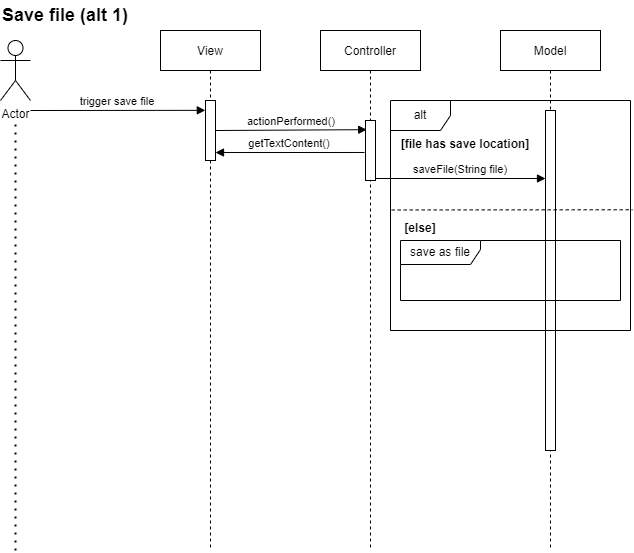
This is Laboration1/UML/design/saveFile(alt1).drawio.png from Johanced/2021-isgc08-Cederhag, a draw.io export, as it was before one commit. Source tidied: cells renumbered, new cells last; positions are measured from the earlier drawing's top-left corner, leaving out a move shared by most shapes.
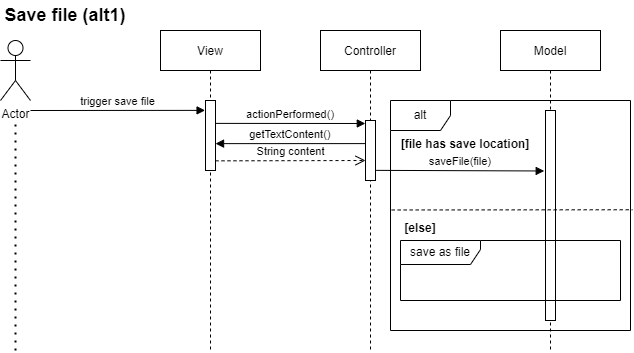
Above is the later version.

What changed in the source:
```diff
@@ -3,49 +3,49 @@
     <mxCell id="0" />
     <mxCell id="1" parent="0" />
     <mxCell id="2" value="Controller" style="shape=umlLifeline;perimeter=lifelinePerimeter;rounded=0;shadow=0;strokeWidth=1;" parent="1" vertex="1">
-      <mxGeometry x="320" y="30" width="100" height="520" as="geometry" />
+      <mxGeometry x="320" y="30" width="100" height="320" as="geometry" />
     </mxCell>
     <mxCell id="3" style="points=[];perimeter=orthogonalPerimeter;rounded=0;shadow=0;strokeWidth=1;" parent="2" vertex="1">
       <mxGeometry x="45" y="90" width="10" height="60" as="geometry" />
     </mxCell>
-    <mxCell id="4" value="actionPerformed()" style="verticalAlign=bottom;endArrow=block;shadow=0;strokeWidth=1;entryX=0.121;entryY=0.153;entryDx=0;entryDy=0;entryPerimeter=0;" parent="2" edge="1" target="3">
-      <mxGeometry relative="1" as="geometry">
-        <mxPoint x="-105" y="100" as="sourcePoint" />
-      </mxGeometry>
-    </mxCell>
+    <mxCell id="20" value="String content" style="html=1;verticalAlign=bottom;endArrow=open;dashed=1;endSize=8;rounded=0;exitX=1;exitY=0.862;exitDx=0;exitDy=0;exitPerimeter=0;" parent="2" edge="1" source="11">
+      <mxGeometry relative="1" as="geometry">
+        <mxPoint x="45" y="130" as="targetPoint" />
+      </mxGeometry>
+    </mxCell>
     <mxCell id="5" value="Model" style="shape=umlLifeline;perimeter=lifelinePerimeter;rounded=0;shadow=0;strokeWidth=1;" parent="1" vertex="1">
-      <mxGeometry x="500" y="30" width="100" height="520" as="geometry" />
+      <mxGeometry x="500" y="30" width="100" height="320" as="geometry" />
     </mxCell>
     <mxCell id="6" style="points=[];perimeter=orthogonalPerimeter;rounded=0;shadow=0;strokeWidth=1;" parent="5" vertex="1">
-      <mxGeometry x="45" y="80" width="10" height="340" as="geometry" />
+      <mxGeometry x="45" y="80" width="10" height="210" as="geometry" />
     </mxCell>
-    <mxCell id="7" value="saveFile(String file)" style="verticalAlign=bottom;endArrow=block;entryX=0;entryY=0.2;shadow=0;strokeWidth=1;entryDx=0;entryDy=0;entryPerimeter=0;" parent="1" edge="1" source="3" target="6">
+    <mxCell id="7" value="saveFile(file)" style="verticalAlign=bottom;endArrow=block;shadow=0;strokeWidth=1;entryX=-0.129;entryY=0.288;entryDx=0;entryDy=0;entryPerimeter=0;exitX=1.071;exitY=0.831;exitDx=0;exitDy=0;exitPerimeter=0;" parent="1" edge="1" source="3" target="6">
       <mxGeometry relative="1" as="geometry" />
     </mxCell>
     <mxCell id="8" value="Actor" style="shape=umlActor;verticalLabelPosition=bottom;verticalAlign=top;html=1;" parent="1" vertex="1">
       <mxGeometry y="40" width="30" height="60" as="geometry" />
     </mxCell>
-    <mxCell id="9" value="trigger save file" style="verticalAlign=bottom;endArrow=block;shadow=0;strokeWidth=1;entryX=-0.019;entryY=0.164;entryDx=0;entryDy=0;entryPerimeter=0;" parent="1" edge="1" target="11">
+    <mxCell id="9" value="trigger save file" style="verticalAlign=bottom;endArrow=block;shadow=0;strokeWidth=1;entryX=-0.042;entryY=0.141;entryDx=0;entryDy=0;entryPerimeter=0;" parent="1" edge="1" target="11">
       <mxGeometry relative="1" as="geometry">
         <mxPoint x="30" y="110" as="sourcePoint" />
       </mxGeometry>
     </mxCell>
     <mxCell id="10" value="View" style="shape=umlLifeline;perimeter=lifelinePerimeter;rounded=0;shadow=0;strokeWidth=1;" parent="1" vertex="1">
-      <mxGeometry x="160" y="30" width="100" height="520" as="geometry" />
+      <mxGeometry x="160" y="30" width="100" height="320" as="geometry" />
     </mxCell>
     <mxCell id="11" style="points=[];perimeter=orthogonalPerimeter;rounded=0;shadow=0;strokeWidth=1;" parent="10" vertex="1">
-      <mxGeometry x="45" y="70" width="10" height="60" as="geometry" />
+      <mxGeometry x="45" y="70" width="10" height="70" as="geometry" />
     </mxCell>
     <mxCell id="12" style="endArrow=none;dashed=1;html=1;dashPattern=1 3;strokeWidth=2;rounded=0;" parent="1" edge="1">
       <mxGeometry relative="1" as="geometry">
-        <mxPoint x="15" y="550" as="sourcePoint" />
+        <mxPoint x="15" y="350" as="sourcePoint" />
         <mxPoint x="15" y="120" as="targetPoint" />
       </mxGeometry>
     </mxCell>
-    <mxCell id="13" value="&lt;b&gt;Save file (alt 1)&lt;/b&gt;" style="text;html=1;strokeColor=none;fillColor=none;align=center;verticalAlign=middle;whiteSpace=wrap;rounded=0;fontSize=18;" parent="1" vertex="1">
+    <mxCell id="13" value="&lt;b&gt;Save file (alt1)&lt;/b&gt;" style="text;html=1;strokeColor=none;fillColor=none;align=center;verticalAlign=middle;whiteSpace=wrap;rounded=0;fontSize=18;" parent="1" vertex="1">
       <mxGeometry width="130" height="30" as="geometry" />
     </mxCell>
-    <mxCell id="14" value="getTextContent()" style="verticalAlign=bottom;endArrow=block;shadow=0;strokeWidth=1;entryX=1;entryY=0.867;entryDx=0;entryDy=0;entryPerimeter=0;exitX=-0.1;exitY=0.533;exitDx=0;exitDy=0;exitPerimeter=0;" parent="1" edge="1" source="3" target="11">
+    <mxCell id="14" value="getTextContent()" style="verticalAlign=bottom;endArrow=block;shadow=0;strokeWidth=1;exitX=-0.019;exitY=0.385;exitDx=0;exitDy=0;exitPerimeter=0;entryX=1.005;entryY=0.616;entryDx=0;entryDy=0;entryPerimeter=0;" parent="1" edge="1" source="3" target="11">
       <mxGeometry relative="1" as="geometry" />
     </mxCell>
     <mxCell id="15" value="alt" style="shape=umlFrame;whiteSpace=wrap;html=1;" parent="1" vertex="1">
@@ -63,5 +63,8 @@
     <mxCell id="19" value="save as file" style="shape=umlFrame;whiteSpace=wrap;html=1;width=80;height=24;" parent="1" vertex="1">
       <mxGeometry x="400" y="240" width="220" height="60" as="geometry" />
     </mxCell>
+    <mxCell id="4" value="actionPerformed()" style="verticalAlign=bottom;endArrow=block;shadow=0;strokeWidth=1;entryX=-0.02;entryY=0.05;entryDx=0;entryDy=0;entryPerimeter=0;exitX=1.005;exitY=0.327;exitDx=0;exitDy=0;exitPerimeter=0;" parent="1" edge="1" source="11" target="3">
+      <mxGeometry relative="1" as="geometry" />
+    </mxCell>
   </root>
 </mxGraphModel>
```
